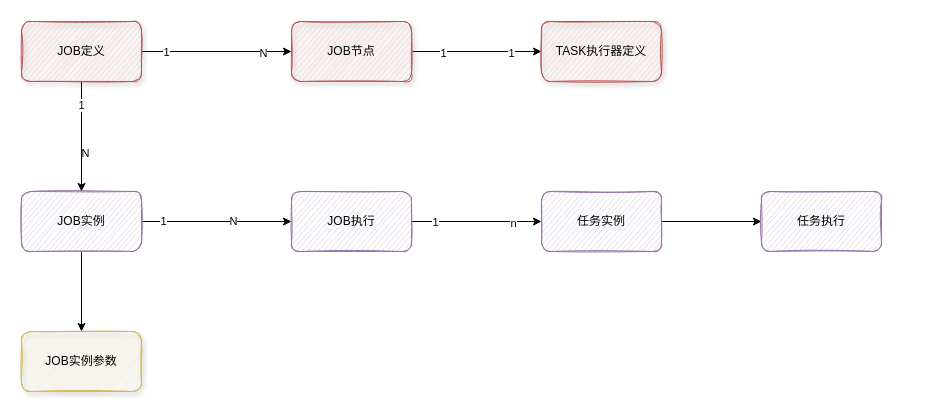
This is shopee/项目/分布式调度中心/分布式调度中心JOB领域模型.drawio from xiebibolove/drawio, a draw.io file, before an edit. Source tidied: cells renumbered, new cells numbered last; positions are measured from the earlier drawing's top-left corner, leaving out a move shared by most shapes. Both pictures are drawn from the tidied source at 100%, with x=0, y=0 at pixel (21, 21).
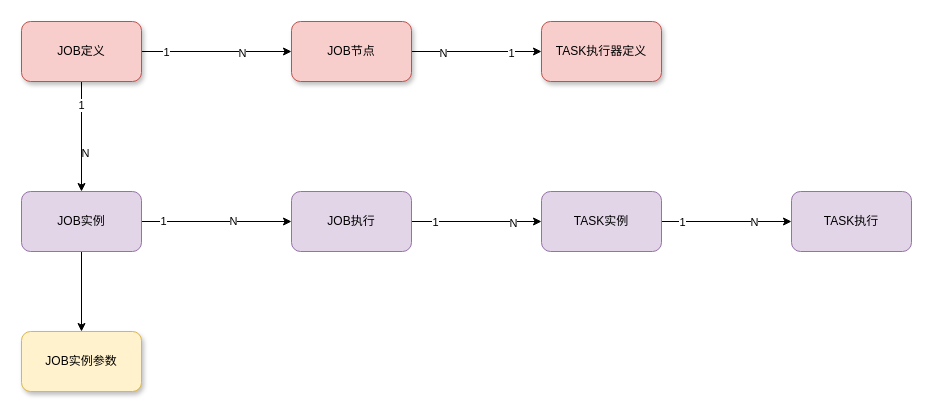
Above is the later version.

Commit message:
更新分布式调度中心JOB领域模型.drawio

Unchanged cells that the change refers to:
```xml
<mxCell id="2" style="edgeStyle=orthogonalEdgeStyle;rounded=0;jettySize=auto;html=1;" parent="1" edge="1" source="8" target="21">
  <mxGeometry relative="1" as="geometry" />
</mxCell>
<mxCell id="14" style="edgeStyle=orthogonalEdgeStyle;rounded=0;jettySize=auto;html=1;" parent="1" edge="1" source="17" target="24">
  <mxGeometry relative="1" as="geometry" />
</mxCell>
<mxCell id="18" style="edgeStyle=orthogonalEdgeStyle;rounded=0;jettySize=auto;html=1;" parent="1" edge="1" source="21" target="22">
  <mxGeometry relative="1" as="geometry" />
</mxCell>
<mxCell id="23" style="edgeStyle=orthogonalEdgeStyle;rounded=0;jettySize=auto;html=1;" parent="1" edge="1" source="24" target="25">
  <mxGeometry relative="1" as="geometry" />
</mxCell>
```

Diff of the diagram source:
```diff
@@
     <mxCell id="4" value="N" style="edgeLabel;html=1;align=center;verticalAlign=middle;" parent="2" vertex="1">
       <mxGeometry x="0.61" relative="1" as="geometry">
-        <mxPoint y="1" as="offset" />
+        <mxPoint x="-21" y="1" as="offset" />
       </mxGeometry>
     </mxCell>
@@
-    <mxCell id="8" value="JOB定义" style="rounded=1;whiteSpace=wrap;html=1;sketch=1;fillColor=#f8cecc;strokeColor=#b85450;shadow=1;" parent="1" vertex="1">
+    <mxCell id="8" value="JOB定义" style="rounded=1;whiteSpace=wrap;html=1;sketch=0;fillColor=#f8cecc;strokeColor=#b85450;shadow=1;" parent="1" vertex="1">
       <mxGeometry width="120" height="60" as="geometry" />
     </mxCell>
@@
-    <mxCell id="13" value="JOB实例" style="rounded=1;whiteSpace=wrap;html=1;sketch=1;shadow=0;fillColor=#e1d5e7;strokeColor=#9673a6;glass=0;" parent="1" vertex="1">
+    <mxCell id="13" value="JOB实例" style="rounded=1;whiteSpace=wrap;html=1;sketch=0;shadow=0;fillColor=#e1d5e7;strokeColor=#9673a6;glass=0;" parent="1" vertex="1">
       <mxGeometry y="170" width="120" height="60" as="geometry" />
     </mxCell>
@@
-    <mxCell id="16" value="n" style="edgeLabel;html=1;align=center;verticalAlign=middle;" parent="14" vertex="1">
+    <mxCell id="16" value="N" style="edgeLabel;html=1;align=center;verticalAlign=middle;" parent="14" vertex="1">
       <mxGeometry x="0.56" relative="1" as="geometry">
         <mxPoint y="1" as="offset" />
       </mxGeometry>
     </mxCell>
-    <mxCell id="17" value="JOB执行" style="rounded=1;whiteSpace=wrap;html=1;sketch=1;shadow=0;fillColor=#e1d5e7;strokeColor=#9673a6;glass=0;" parent="1" vertex="1">
+    <mxCell id="17" value="JOB执行" style="rounded=1;whiteSpace=wrap;html=1;sketch=0;shadow=0;fillColor=#e1d5e7;strokeColor=#9673a6;glass=0;" parent="1" vertex="1">
       <mxGeometry x="270" y="170" width="120" height="60" as="geometry" />
     </mxCell>
@@
-    <mxCell id="19" value="1" style="edgeLabel;html=1;align=center;verticalAlign=middle;" parent="18" vertex="1">
+    <mxCell id="19" value="N" style="edgeLabel;html=1;align=center;verticalAlign=middle;" parent="18" vertex="1">
       <mxGeometry x="-0.52" relative="1" as="geometry">
         <mxPoint y="1" as="offset" />
       </mxGeometry>
     </mxCell>
@@
-    <mxCell id="21" value="JOB节点" style="rounded=1;whiteSpace=wrap;html=1;sketch=1;fillColor=#f8cecc;strokeColor=#b85450;shadow=1;" parent="1" vertex="1">
+    <mxCell id="21" value="JOB节点" style="rounded=1;whiteSpace=wrap;html=1;sketch=0;fillColor=#f8cecc;strokeColor=#b85450;shadow=1;" parent="1" vertex="1">
       <mxGeometry x="270" width="120" height="60" as="geometry" />
     </mxCell>
-    <mxCell id="22" value="TASK执行器定义" style="rounded=1;whiteSpace=wrap;html=1;sketch=1;fillColor=#f8cecc;strokeColor=#b85450;shadow=1;" parent="1" vertex="1">
+    <mxCell id="22" value="TASK执行器定义" style="rounded=1;whiteSpace=wrap;html=1;sketch=0;fillColor=#f8cecc;strokeColor=#b85450;shadow=1;" parent="1" vertex="1">
       <mxGeometry x="520" width="120" height="60" as="geometry" />
     </mxCell>
@@
+    <mxCell id="27" value="1" style="edgeLabel;html=1;align=center;verticalAlign=middle;" parent="23" vertex="1">
+      <mxGeometry x="-0.36" y="-1" relative="1" as="geometry">
+        <mxPoint x="-22" y="-1" as="offset" />
+      </mxGeometry>
+    </mxCell>
+    <mxCell id="28" value="N" style="edgeLabel;html=1;align=center;verticalAlign=middle;" parent="23" vertex="1">
+      <mxGeometry x="0.42" y="1" relative="1" as="geometry">
+        <mxPoint y="1" as="offset" />
+      </mxGeometry>
+    </mxCell>
-    <mxCell id="24" value="任务实例" style="rounded=1;whiteSpace=wrap;html=1;sketch=1;shadow=0;fillColor=#e1d5e7;strokeColor=#9673a6;glass=0;" parent="1" vertex="1">
+    <mxCell id="24" value="TASK实例" style="rounded=1;whiteSpace=wrap;html=1;sketch=0;shadow=0;fillColor=#e1d5e7;strokeColor=#9673a6;glass=0;" parent="1" vertex="1">
       <mxGeometry x="520" y="170" width="120" height="60" as="geometry" />
     </mxCell>
-    <mxCell id="25" value="任务执行" style="rounded=1;whiteSpace=wrap;html=1;sketch=1;shadow=0;fillColor=#e1d5e7;strokeColor=#9673a6;glass=0;" parent="1" vertex="1">
-      <mxGeometry x="740" y="170" width="120" height="60" as="geometry" />
+    <mxCell id="25" value="TASK执行" style="rounded=1;whiteSpace=wrap;html=1;sketch=0;shadow=0;fillColor=#e1d5e7;strokeColor=#9673a6;glass=0;" parent="1" vertex="1">
+      <mxGeometry x="770" y="170" width="120" height="60" as="geometry" />
     </mxCell>
-    <mxCell id="26" value="JOB实例参数" style="rounded=1;whiteSpace=wrap;html=1;sketch=1;shadow=1;fillColor=#fff2cc;strokeColor=#d6b656;" parent="1" vertex="1">
+    <mxCell id="26" value="JOB实例参数" style="rounded=1;whiteSpace=wrap;html=1;sketch=0;shadow=1;fillColor=#fff2cc;strokeColor=#d6b656;" parent="1" vertex="1">
       <mxGeometry y="310" width="120" height="60" as="geometry" />
     </mxCell>
```
